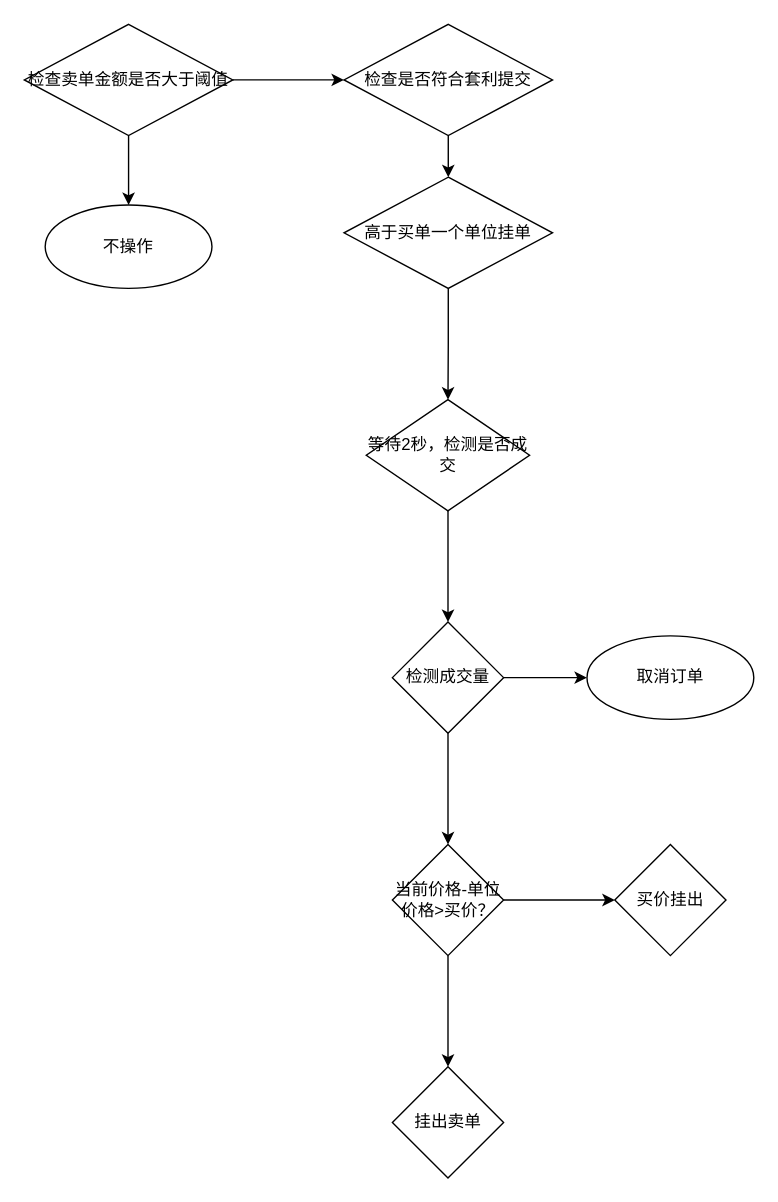
Earlier version of the draw.io diagram page "第 2 页" (2 of 2) of gate.drawio (fzuguo/hello-world). Source tidied: cells renumbered, new cells numbered last; positions are measured from the earlier drawing's top-left corner, leaving out a move shared by most shapes. Both pictures are drawn from the tidied source at 139%, with x=0, y=0 at pixel (24, 24).
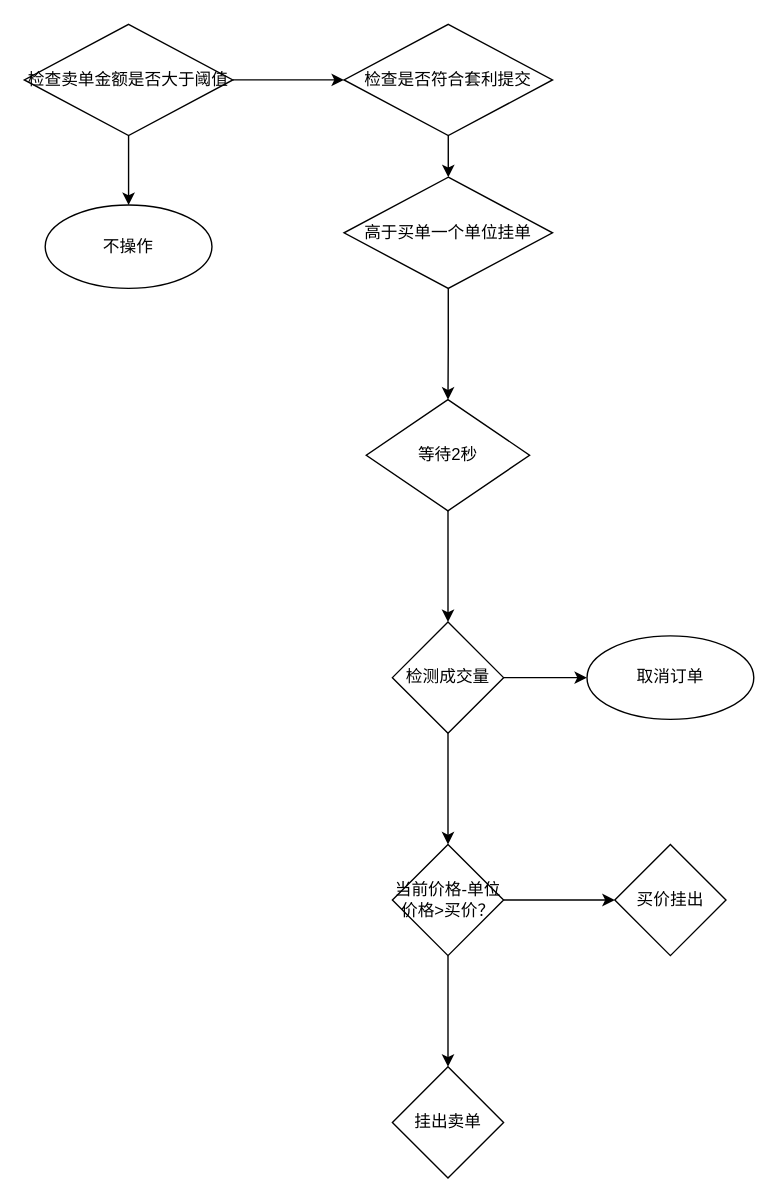
The same page after the edit.

Change to the diagram source:
```diff
@@
-    <mxCell id="11" value="等待2秒，检测是否成交" style="rhombus;whiteSpace=wrap;html=1;" parent="1" vertex="1">
+    <mxCell id="11" value="等待2秒" style="rhombus;whiteSpace=wrap;html=1;" parent="1" vertex="1">
       <mxGeometry x="246" y="270" width="117.5" height="80" as="geometry" />
     </mxCell>
```
